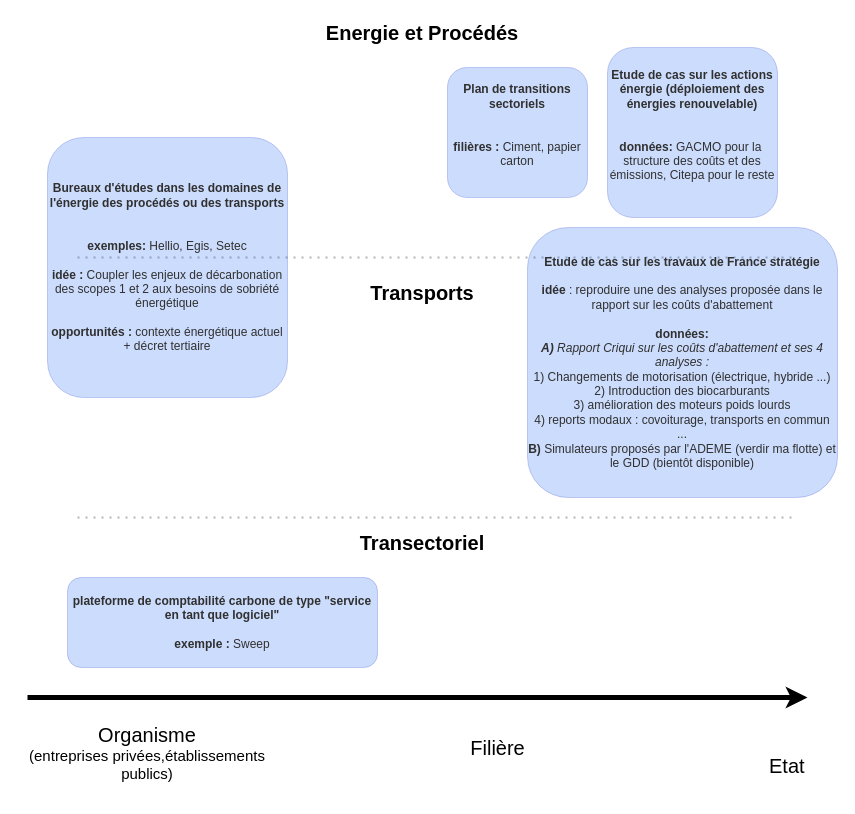
Schlegen/drawio_schemes keeps this draw.io diagram as Diagramme sans nom.drawio. Above is the earlier version. Source tidied: cells renumbered, new cells numbered last; positions are measured from the earlier drawing's top-left corner, leaving out a move shared by most shapes. Both pictures are drawn from the tidied source at 100%, with x=0, y=0 at pixel (17, 17).
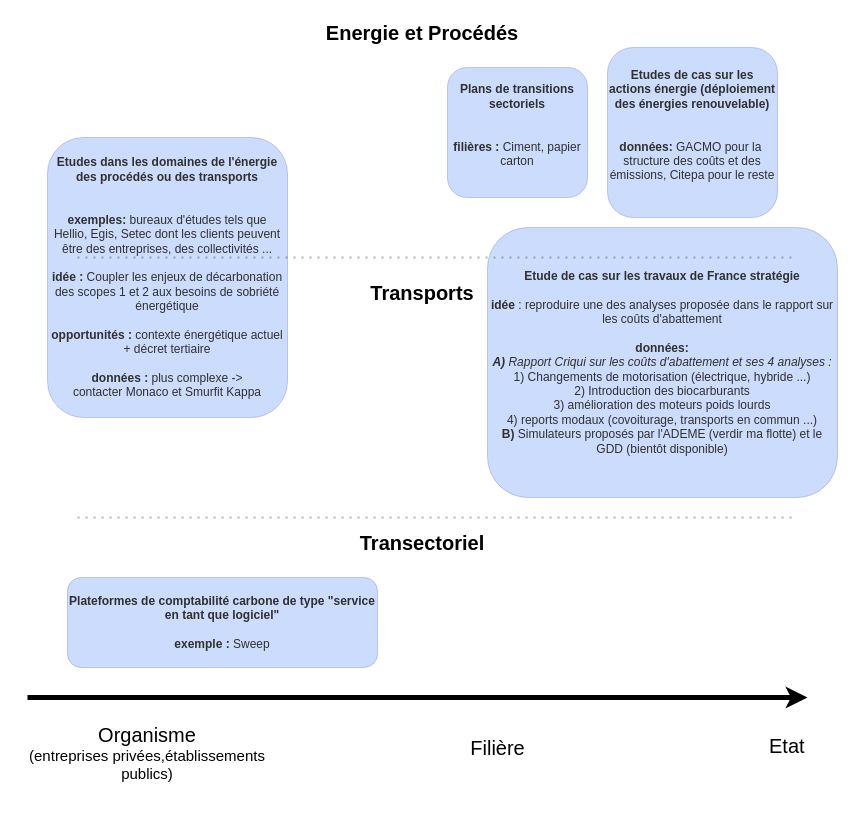
After the change.

Commit message:
Mettre à jour Diagramme sans nom.drawio

Diff of the diagram source:
```diff
@@
 <mxGraphModel>
   <root>
     <mxCell id="0" />
     <mxCell id="1" parent="0" />
     <mxCell id="2" style="endArrow=classic;html=1;rounded=0;strokeWidth=5;" parent="1" edge="1">
       <mxGeometry relative="1" as="geometry">
         <mxPoint x="10" y="680" as="sourcePoint" />
         <mxPoint x="790" y="680" as="targetPoint" />
       </mxGeometry>
     </mxCell>
     <mxCell id="3" value="&lt;div&gt;&lt;font style=&quot;font-size: 20px;&quot;&gt;Organisme&lt;/font&gt; &lt;font style=&quot;font-size: 15px;&quot;&gt;&lt;br&gt;&lt;/font&gt;&lt;/div&gt;&lt;div&gt;&lt;font style=&quot;font-size: 15px;&quot;&gt;(entreprises privées,établissements publics)&lt;/font&gt;&lt;/div&gt;" style="text;html=1;strokeColor=none;fillColor=none;align=center;verticalAlign=middle;whiteSpace=wrap;rounded=0;" parent="1" vertex="1">
       <mxGeometry y="720" width="260" height="30" as="geometry" />
     </mxCell>
     <mxCell id="4" value="Etat" style="text;whiteSpace=wrap;html=1;fontSize=20;" parent="1" vertex="1">
-      <mxGeometry x="750" y="730" width="50" height="50" as="geometry" />
+      <mxGeometry x="750" y="710" width="50" height="50" as="geometry" />
     </mxCell>
     <mxCell id="5" value="Filière" style="text;html=1;align=center;verticalAlign=middle;strokeColor=none;fillColor=none;fontSize=20;" parent="1" vertex="1">
       <mxGeometry x="440" y="710" width="80" height="40" as="geometry" />
     </mxCell>
     <mxCell id="6" style="endArrow=none;dashed=1;html=1;dashPattern=1 3;strokeWidth=2;rounded=0;fontSize=20;textOpacity=30;opacity=30;" parent="1" edge="1">
       <mxGeometry relative="1" as="geometry">
         <mxPoint x="60" y="240" as="sourcePoint" />
         <mxPoint x="780" y="240" as="targetPoint" />
       </mxGeometry>
     </mxCell>
     <mxCell id="7" style="endArrow=none;dashed=1;html=1;dashPattern=1 3;strokeWidth=2;rounded=0;fontSize=20;opacity=30;" parent="1" edge="1">
       <mxGeometry relative="1" as="geometry">
         <mxPoint x="60" y="500" as="sourcePoint" />
         <mxPoint x="780" y="500" as="targetPoint" />
       </mxGeometry>
     </mxCell>
     <mxCell id="8" value="&lt;b&gt;Energie et Procédés&lt;/b&gt;" style="text;html=1;strokeColor=none;fillColor=none;align=center;verticalAlign=middle;whiteSpace=wrap;rounded=0;fontSize=20;" parent="1" vertex="1">
       <mxGeometry x="155" width="500" height="30" as="geometry" />
     </mxCell>
     <mxCell id="9" value="&lt;b&gt;Transports&lt;/b&gt;" style="text;html=1;strokeColor=none;fillColor=none;align=center;verticalAlign=middle;whiteSpace=wrap;rounded=0;fontSize=20;" parent="1" vertex="1">
       <mxGeometry x="155" y="260" width="500" height="30" as="geometry" />
     </mxCell>
     <mxCell id="10" value="&lt;b&gt;Transectoriel&lt;/b&gt;" style="text;html=1;strokeColor=none;fillColor=none;align=center;verticalAlign=middle;whiteSpace=wrap;rounded=0;fontSize=20;" parent="1" vertex="1">
       <mxGeometry x="155" y="510" width="500" height="30" as="geometry" />
     </mxCell>
-    <mxCell id="11" value="&lt;p style=&quot;line-height: 0.4; font-size: 12px;&quot;&gt;&lt;/p&gt;&lt;div style=&quot;font-size: 12px;&quot;&gt;&lt;font style=&quot;font-size: 12px;&quot;&gt;&lt;b style=&quot;font-size: 12px;&quot;&gt;Bureaux d'études dans les domaines de l'énergie des procédés ou des transports&lt;/b&gt;&lt;br&gt;&lt;/font&gt;&lt;/div&gt;&lt;div style=&quot;font-size: 12px;&quot;&gt;&lt;font style=&quot;font-size: 12px;&quot;&gt;&lt;br&gt;&lt;/font&gt;&lt;/div&gt;&lt;div style=&quot;font-size: 12px;&quot;&gt;&lt;font style=&quot;font-size: 12px;&quot;&gt;&lt;br style=&quot;font-size: 12px;&quot;&gt;&lt;/font&gt;&lt;/div&gt;&lt;div style=&quot;font-size: 12px;&quot;&gt;&lt;font style=&quot;font-size: 12px;&quot;&gt;&lt;b style=&quot;font-size: 12px;&quot;&gt;exemples:&lt;/b&gt; Hellio, Egis, Setec&lt;/font&gt;&lt;/div&gt;&lt;div style=&quot;font-size: 12px;&quot;&gt;&lt;font style=&quot;font-size: 12px;&quot;&gt;&lt;br style=&quot;font-size: 12px;&quot;&gt;&lt;/font&gt;&lt;/div&gt;&lt;div style=&quot;font-size: 12px;&quot;&gt;&lt;font style=&quot;font-size: 12px;&quot;&gt;&lt;b style=&quot;font-size: 12px;&quot;&gt;idée :&lt;/b&gt; Coupler les enjeux de décarbonation des scopes 1 et 2 aux besoins de sobriété énergétique&lt;/font&gt;&lt;/div&gt;&lt;div style=&quot;font-size: 12px;&quot;&gt;&lt;font style=&quot;font-size: 12px;&quot;&gt;&lt;br&gt;&lt;/font&gt;&lt;/div&gt;&lt;div style=&quot;font-size: 12px;&quot;&gt;&lt;font style=&quot;font-size: 12px;&quot;&gt;&lt;b&gt;opportunités : &lt;/b&gt;contexte énergétique actuel + décret tertiaire&lt;br&gt;&lt;/font&gt;&lt;/div&gt;&lt;p style=&quot;font-size: 12px;&quot;&gt;&lt;/p&gt;" style="rounded=1;whiteSpace=wrap;html=1;fontSize=12;labelBackgroundColor=none;opacity=20;fillColor=#0050ef;strokeColor=#001DBC;fontColor=#303030;" parent="1" vertex="1">
-      <mxGeometry x="30" y="120" width="240" height="260" as="geometry" />
+    <mxCell id="11" value="&lt;p style=&quot;line-height: 0.4; font-size: 12px;&quot;&gt;&lt;/p&gt;&lt;div style=&quot;font-size: 12px;&quot;&gt;&lt;font style=&quot;font-size: 12px;&quot;&gt;&lt;b style=&quot;font-size: 12px;&quot;&gt;Etudes dans les domaines de l'énergie des procédés ou des transports&lt;/b&gt;&lt;br&gt;&lt;/font&gt;&lt;/div&gt;&lt;div style=&quot;font-size: 12px;&quot;&gt;&lt;font style=&quot;font-size: 12px;&quot;&gt;&lt;br&gt;&lt;/font&gt;&lt;/div&gt;&lt;div style=&quot;font-size: 12px;&quot;&gt;&lt;font style=&quot;font-size: 12px;&quot;&gt;&lt;br style=&quot;font-size: 12px;&quot;&gt;&lt;/font&gt;&lt;/div&gt;&lt;div style=&quot;font-size: 12px;&quot;&gt;&lt;font style=&quot;font-size: 12px;&quot;&gt;&lt;b style=&quot;font-size: 12px;&quot;&gt;exemples:&lt;/b&gt; bureaux d'études tels que &lt;br&gt;&lt;/font&gt;&lt;/div&gt;&lt;div style=&quot;font-size: 12px;&quot;&gt;&lt;font style=&quot;font-size: 12px;&quot;&gt;Hellio, Egis, Setec dont les clients peuvent être des entreprises, des collectivités ...&lt;br&gt;&lt;/font&gt;&lt;/div&gt;&lt;div style=&quot;font-size: 12px;&quot;&gt;&lt;font style=&quot;font-size: 12px;&quot;&gt;&lt;br style=&quot;font-size: 12px;&quot;&gt;&lt;/font&gt;&lt;/div&gt;&lt;div style=&quot;font-size: 12px;&quot;&gt;&lt;font style=&quot;font-size: 12px;&quot;&gt;&lt;b style=&quot;font-size: 12px;&quot;&gt;idée :&lt;/b&gt; Coupler les enjeux de décarbonation des scopes 1 et 2 aux besoins de sobriété énergétique&lt;/font&gt;&lt;/div&gt;&lt;div style=&quot;font-size: 12px;&quot;&gt;&lt;font style=&quot;font-size: 12px;&quot;&gt;&lt;br&gt;&lt;/font&gt;&lt;/div&gt;&lt;div style=&quot;font-size: 12px;&quot;&gt;&lt;font style=&quot;font-size: 12px;&quot;&gt;&lt;b&gt;opportunités : &lt;/b&gt;contexte énergétique actuel + décret tertiaire&lt;br&gt;&lt;/font&gt;&lt;/div&gt;&lt;div style=&quot;font-size: 12px;&quot;&gt;&lt;font style=&quot;font-size: 12px;&quot;&gt;&lt;br&gt;&lt;/font&gt;&lt;/div&gt;&lt;div style=&quot;font-size: 12px;&quot;&gt;&lt;font style=&quot;font-size: 12px;&quot;&gt;&lt;b&gt;données :&lt;/b&gt; plus complexe -&amp;gt; &lt;br&gt;&lt;/font&gt;&lt;/div&gt;&lt;div style=&quot;font-size: 12px;&quot;&gt;&lt;font style=&quot;font-size: 12px;&quot;&gt;contacter Monaco et Smurfit Kappa&lt;br&gt;&lt;/font&gt;&lt;/div&gt;&lt;p style=&quot;font-size: 12px;&quot;&gt;&lt;/p&gt;" style="rounded=1;whiteSpace=wrap;html=1;fontSize=12;labelBackgroundColor=none;opacity=20;fillColor=#0050ef;strokeColor=#001DBC;fontColor=#303030;" parent="1" vertex="1">
+      <mxGeometry x="30" y="120" width="240" height="280" as="geometry" />
     </mxCell>
-    <mxCell id="12" value="&lt;p style=&quot;line-height: 0.4; font-size: 12px;&quot;&gt;&lt;/p&gt;&lt;div style=&quot;font-size: 12px;&quot;&gt;&lt;font style=&quot;font-size: 12px;&quot;&gt;&lt;b style=&quot;font-size: 12px;&quot;&gt;Plan de transitions sectoriels&lt;/b&gt;&lt;br&gt;&lt;/font&gt;&lt;/div&gt;&lt;div style=&quot;font-size: 12px;&quot;&gt;&lt;font style=&quot;font-size: 12px;&quot;&gt;&lt;br&gt;&lt;/font&gt;&lt;/div&gt;&lt;div style=&quot;font-size: 12px;&quot;&gt;&lt;font style=&quot;font-size: 12px;&quot;&gt;&lt;br style=&quot;font-size: 12px;&quot;&gt;&lt;/font&gt;&lt;/div&gt;&lt;div style=&quot;font-size: 12px;&quot;&gt;&lt;font style=&quot;font-size: 12px;&quot;&gt;&lt;b style=&quot;font-size: 12px;&quot;&gt;filières :&lt;/b&gt; Ciment, papier carton&lt;br&gt;&lt;/font&gt;&lt;/div&gt;&lt;br&gt;&lt;p style=&quot;font-size: 12px;&quot;&gt;&lt;/p&gt;" style="rounded=1;whiteSpace=wrap;html=1;fontSize=12;labelBackgroundColor=none;opacity=20;fillColor=#0050ef;strokeColor=#001DBC;fontColor=#303030;" parent="1" vertex="1">
+    <mxCell id="12" value="&lt;p style=&quot;line-height: 0.4; font-size: 12px;&quot;&gt;&lt;/p&gt;&lt;div style=&quot;font-size: 12px;&quot;&gt;&lt;font style=&quot;font-size: 12px;&quot;&gt;&lt;b style=&quot;font-size: 12px;&quot;&gt;Plans de transitions sectoriels&lt;/b&gt;&lt;br&gt;&lt;/font&gt;&lt;/div&gt;&lt;div style=&quot;font-size: 12px;&quot;&gt;&lt;font style=&quot;font-size: 12px;&quot;&gt;&lt;br&gt;&lt;/font&gt;&lt;/div&gt;&lt;div style=&quot;font-size: 12px;&quot;&gt;&lt;font style=&quot;font-size: 12px;&quot;&gt;&lt;br style=&quot;font-size: 12px;&quot;&gt;&lt;/font&gt;&lt;/div&gt;&lt;div style=&quot;font-size: 12px;&quot;&gt;&lt;font style=&quot;font-size: 12px;&quot;&gt;&lt;b style=&quot;font-size: 12px;&quot;&gt;filières :&lt;/b&gt; Ciment, papier carton&lt;br&gt;&lt;/font&gt;&lt;/div&gt;&lt;br&gt;&lt;p style=&quot;font-size: 12px;&quot;&gt;&lt;/p&gt;" style="rounded=1;whiteSpace=wrap;html=1;fontSize=12;labelBackgroundColor=none;opacity=20;fillColor=#0050ef;strokeColor=#001DBC;fontColor=#303030;" parent="1" vertex="1">
       <mxGeometry x="430" y="50" width="140" height="130" as="geometry" />
     </mxCell>
-    <mxCell id="13" value="&lt;p style=&quot;line-height: 0.4; font-size: 12px;&quot;&gt;&lt;/p&gt;&lt;div style=&quot;font-size: 12px;&quot;&gt;&lt;font style=&quot;font-size: 12px;&quot;&gt;&lt;b style=&quot;font-size: 12px;&quot;&gt;Etude de cas sur les actions énergie (déploiement des énergies renouvelable) &lt;/b&gt;&lt;br&gt;&lt;/font&gt;&lt;/div&gt;&lt;div style=&quot;font-size: 12px;&quot;&gt;&lt;font style=&quot;font-size: 12px;&quot;&gt;&lt;br&gt;&lt;/font&gt;&lt;/div&gt;&lt;div style=&quot;font-size: 12px;&quot;&gt;&lt;font style=&quot;font-size: 12px;&quot;&gt;&lt;br style=&quot;font-size: 12px;&quot;&gt;&lt;/font&gt;&lt;/div&gt;&lt;div style=&quot;font-size: 12px;&quot;&gt;&lt;font style=&quot;font-size: 12px;&quot;&gt;&lt;b style=&quot;font-size: 12px;&quot;&gt;données:&lt;/b&gt; GACMO pour la&amp;nbsp; structure des coûts et des émissions, Citepa pour le reste&lt;br&gt;&lt;/font&gt;&lt;/div&gt;&lt;br&gt;&lt;p style=&quot;font-size: 12px;&quot;&gt;&lt;/p&gt;" style="rounded=1;whiteSpace=wrap;html=1;fontSize=12;labelBackgroundColor=none;opacity=20;fillColor=#0050ef;strokeColor=#001DBC;fontColor=#303030;" parent="1" vertex="1">
+    <mxCell id="13" value="&lt;p style=&quot;line-height: 0.4; font-size: 12px;&quot;&gt;&lt;/p&gt;&lt;div style=&quot;font-size: 12px;&quot;&gt;&lt;font style=&quot;font-size: 12px;&quot;&gt;&lt;b style=&quot;font-size: 12px;&quot;&gt;Etudes de cas sur les actions énergie (déploiement des énergies renouvelable) &lt;/b&gt;&lt;br&gt;&lt;/font&gt;&lt;/div&gt;&lt;div style=&quot;font-size: 12px;&quot;&gt;&lt;font style=&quot;font-size: 12px;&quot;&gt;&lt;br&gt;&lt;/font&gt;&lt;/div&gt;&lt;div style=&quot;font-size: 12px;&quot;&gt;&lt;font style=&quot;font-size: 12px;&quot;&gt;&lt;br style=&quot;font-size: 12px;&quot;&gt;&lt;/font&gt;&lt;/div&gt;&lt;div style=&quot;font-size: 12px;&quot;&gt;&lt;font style=&quot;font-size: 12px;&quot;&gt;&lt;b style=&quot;font-size: 12px;&quot;&gt;données:&lt;/b&gt; GACMO pour la&amp;nbsp; structure des coûts et des émissions, Citepa pour le reste&lt;br&gt;&lt;/font&gt;&lt;/div&gt;&lt;br&gt;&lt;p style=&quot;font-size: 12px;&quot;&gt;&lt;/p&gt;" style="rounded=1;whiteSpace=wrap;html=1;fontSize=12;labelBackgroundColor=none;opacity=20;fillColor=#0050ef;strokeColor=#001DBC;fontColor=#303030;" parent="1" vertex="1">
       <mxGeometry x="590" y="30" width="170" height="170" as="geometry" />
     </mxCell>
-    <mxCell id="14" value="&lt;p style=&quot;line-height: 0.4; font-size: 12px;&quot;&gt;&lt;/p&gt;&lt;div style=&quot;font-size: 12px;&quot;&gt;&lt;font style=&quot;font-size: 12px;&quot;&gt;&lt;b style=&quot;font-size: 12px;&quot;&gt;Etude de cas sur les travaux de France stratégie &lt;/b&gt;&lt;br&gt;&lt;/font&gt;&lt;/div&gt;&lt;div style=&quot;font-size: 12px;&quot;&gt;&lt;font style=&quot;font-size: 12px;&quot;&gt;&lt;br&gt;&lt;/font&gt;&lt;/div&gt;&lt;div style=&quot;font-size: 12px;&quot;&gt;&lt;font style=&quot;font-size: 12px;&quot;&gt;&lt;b&gt;idée&lt;/b&gt; : reproduire une des analyses proposée dans le rapport sur les coûts d'abattement&lt;br&gt;&lt;/font&gt;&lt;/div&gt;&lt;div style=&quot;font-size: 12px;&quot;&gt;&lt;font style=&quot;font-size: 12px;&quot;&gt;&lt;br&gt;&lt;/font&gt;&lt;/div&gt;&lt;div style=&quot;font-size: 12px;&quot;&gt;&lt;font style=&quot;font-size: 12px;&quot;&gt;&lt;b style=&quot;font-size: 12px;&quot;&gt;données:&lt;/b&gt;&lt;/font&gt;&lt;/div&gt;&lt;div style=&quot;font-size: 12px;&quot;&gt;&lt;font style=&quot;font-size: 12px;&quot;&gt;&lt;i&gt;&lt;b&gt;A) &lt;/b&gt;Rapport Criqui sur les coûts d'abattement et ses 4 analyses : &lt;/i&gt;&lt;br&gt;&lt;/font&gt;&lt;/div&gt;&lt;div style=&quot;font-size: 12px;&quot;&gt;&lt;font style=&quot;font-size: 12px;&quot;&gt;1) Changements de motorisation (électrique, hybride ...)&lt;/font&gt;&lt;/div&gt;&lt;div style=&quot;font-size: 12px;&quot;&gt;&lt;font style=&quot;font-size: 12px;&quot;&gt;2) Introduction des biocarburants&lt;/font&gt;&lt;/div&gt;&lt;div style=&quot;font-size: 12px;&quot;&gt;&lt;font style=&quot;font-size: 12px;&quot;&gt;3) amélioration des moteurs poids lourds&lt;/font&gt;&lt;/div&gt;&lt;div style=&quot;font-size: 12px;&quot;&gt;&lt;font style=&quot;font-size: 12px;&quot;&gt;4) reports modaux : covoiturage, transports en commun ...&lt;br&gt;&lt;/font&gt;&lt;/div&gt;&lt;div style=&quot;font-size: 12px;&quot;&gt;&lt;font style=&quot;font-size: 12px;&quot;&gt;&lt;b&gt;B)&lt;/b&gt; Simulateurs proposés par l'ADEME (verdir ma flotte) et le GDD (bientôt disponible)&lt;/font&gt;&lt;/div&gt;&lt;p style=&quot;font-size: 12px;&quot;&gt;&lt;/p&gt;" style="rounded=1;whiteSpace=wrap;html=1;fontSize=12;labelBackgroundColor=none;opacity=20;fillColor=#0050ef;strokeColor=#001DBC;fontColor=#303030;" parent="1" vertex="1">
-      <mxGeometry x="510" y="210" width="310" height="270" as="geometry" />
+    <mxCell id="14" value="&lt;p style=&quot;line-height: 0.4; font-size: 12px;&quot;&gt;&lt;/p&gt;&lt;div style=&quot;font-size: 12px;&quot;&gt;&lt;font style=&quot;font-size: 12px;&quot;&gt;&lt;b style=&quot;font-size: 12px;&quot;&gt;Etude de cas sur les travaux de France stratégie &lt;/b&gt;&lt;br&gt;&lt;/font&gt;&lt;/div&gt;&lt;div style=&quot;font-size: 12px;&quot;&gt;&lt;font style=&quot;font-size: 12px;&quot;&gt;&lt;br&gt;&lt;/font&gt;&lt;/div&gt;&lt;div style=&quot;font-size: 12px;&quot;&gt;&lt;font style=&quot;font-size: 12px;&quot;&gt;&lt;b&gt;idée&lt;/b&gt; : reproduire une des analyses proposée dans le rapport sur les coûts d'abattement&lt;br&gt;&lt;/font&gt;&lt;/div&gt;&lt;div style=&quot;font-size: 12px;&quot;&gt;&lt;font style=&quot;font-size: 12px;&quot;&gt;&lt;br&gt;&lt;/font&gt;&lt;/div&gt;&lt;div style=&quot;font-size: 12px;&quot;&gt;&lt;font style=&quot;font-size: 12px;&quot;&gt;&lt;b style=&quot;font-size: 12px;&quot;&gt;données:&lt;/b&gt;&lt;/font&gt;&lt;/div&gt;&lt;div style=&quot;font-size: 12px;&quot;&gt;&lt;font style=&quot;font-size: 12px;&quot;&gt;&lt;i&gt;&lt;b&gt;A) &lt;/b&gt;Rapport Criqui sur les coûts d'abattement et ses 4 analyses : &lt;/i&gt;&lt;br&gt;&lt;/font&gt;&lt;/div&gt;&lt;div style=&quot;font-size: 12px;&quot;&gt;&lt;font style=&quot;font-size: 12px;&quot;&gt;1) Changements de motorisation (électrique, hybride ...)&lt;/font&gt;&lt;/div&gt;&lt;div style=&quot;font-size: 12px;&quot;&gt;&lt;font style=&quot;font-size: 12px;&quot;&gt;2) Introduction des biocarburants&lt;/font&gt;&lt;/div&gt;&lt;div style=&quot;font-size: 12px;&quot;&gt;&lt;font style=&quot;font-size: 12px;&quot;&gt;3) amélioration des moteurs poids lourds&lt;/font&gt;&lt;/div&gt;&lt;div style=&quot;font-size: 12px;&quot;&gt;&lt;font style=&quot;font-size: 12px;&quot;&gt;4) reports modaux (covoiturage, transports en commun ...)&lt;br&gt;&lt;/font&gt;&lt;/div&gt;&lt;div style=&quot;font-size: 12px;&quot;&gt;&lt;font style=&quot;font-size: 12px;&quot;&gt;&lt;b&gt;B)&lt;/b&gt; Simulateurs proposés par l'ADEME (verdir ma flotte) et le GDD (bientôt disponible)&lt;/font&gt;&lt;/div&gt;&lt;p style=&quot;font-size: 12px;&quot;&gt;&lt;/p&gt;" style="rounded=1;whiteSpace=wrap;html=1;fontSize=12;labelBackgroundColor=none;opacity=20;fillColor=#0050ef;strokeColor=#001DBC;fontColor=#303030;" parent="1" vertex="1">
+      <mxGeometry x="470" y="210" width="350" height="270" as="geometry" />
     </mxCell>
-    <mxCell id="15" value="&lt;b&gt;plateforme de comptabilité carbone de type &quot;service en tant que logiciel&quot;&lt;/b&gt;&lt;div&gt;&lt;br&gt;&lt;/div&gt;&lt;div&gt;&lt;b&gt;exemple :&lt;/b&gt; Sweep&lt;br&gt;&lt;/div&gt;" style="rounded=1;whiteSpace=wrap;html=1;fontSize=12;labelBackgroundColor=none;opacity=20;fillColor=#0050ef;strokeColor=#001DBC;fontColor=#303030;" parent="1" vertex="1">
+    <mxCell id="15" value="&lt;b&gt;Plateformes de comptabilité carbone de type &quot;service en tant que logiciel&quot;&lt;/b&gt;&lt;div&gt;&lt;br&gt;&lt;/div&gt;&lt;div&gt;&lt;b&gt;exemple :&lt;/b&gt; Sweep&lt;br&gt;&lt;/div&gt;" style="rounded=1;whiteSpace=wrap;html=1;fontSize=12;labelBackgroundColor=none;opacity=20;fillColor=#0050ef;strokeColor=#001DBC;fontColor=#303030;" parent="1" vertex="1">
       <mxGeometry x="50" y="560" width="310" height="90" as="geometry" />
     </mxCell>
   </root>
 </mxGraphModel>
```
